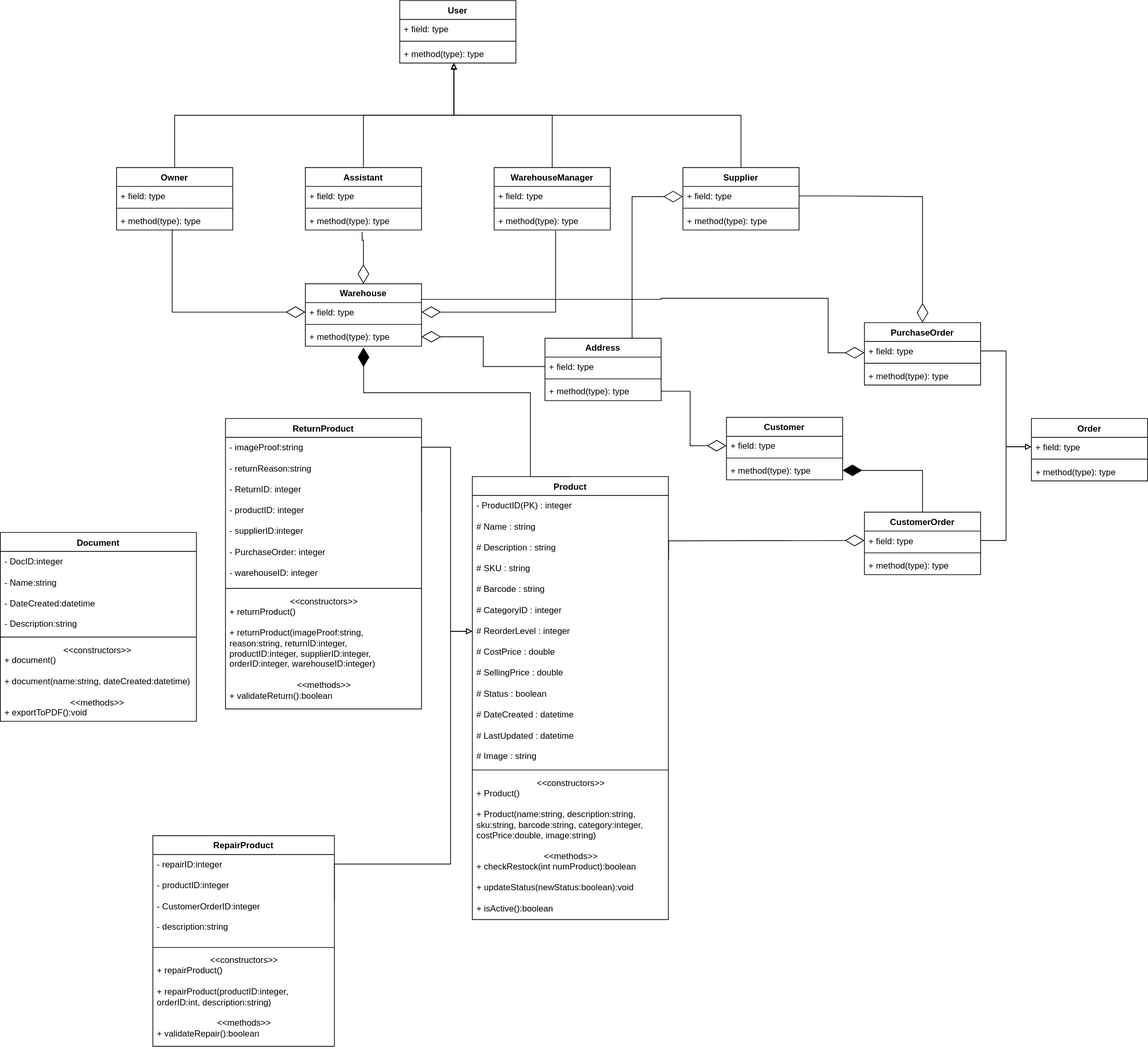
Earlier version of the draw.io export class diagram.svg (Simamkele88/IFM3_GP). Source tidied: cells renumbered, new cells last; positions are measured from the earlier drawing's top-left corner, leaving out a move shared by most shapes.
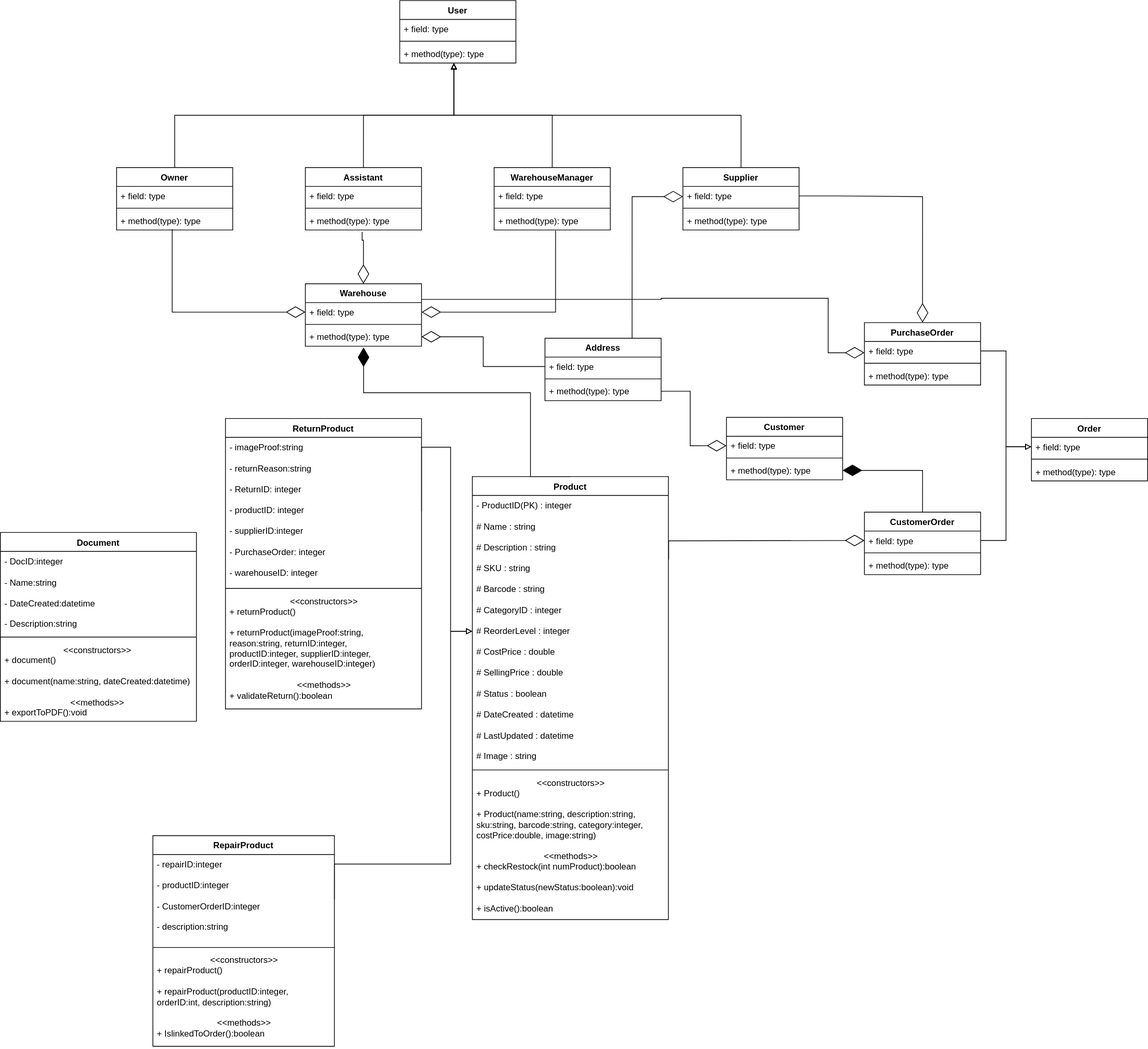
The same file after the commit.

Change to the diagram source:
```diff
@@ -111,7 +111,7 @@
     <mxCell id="34" style="line;strokeWidth=1;fillColor=none;align=left;verticalAlign=middle;spacingTop=-1;spacingLeft=3;spacingRight=3;labelPosition=right;strokeColor=inherit;" parent="32" vertex="1">
       <mxGeometry y="150" width="250" height="8" as="geometry" />
     </mxCell>
-    <mxCell id="35" value="&lt;div style=&quot;text-align: center;&quot;&gt;&lt;span style=&quot;background-color: transparent; color: light-dark(rgb(0, 0, 0), rgb(255, 255, 255));&quot;&gt;&amp;lt;&amp;lt;constructors&amp;gt;&amp;gt;&lt;/span&gt;&lt;/div&gt;&lt;div&gt;+ repairProduct()&lt;/div&gt;&lt;div&gt;&lt;br&gt;&lt;/div&gt;&lt;div&gt;+ repairProduct(productID:integer, orderID:int, description:string)&lt;/div&gt;&lt;div&gt;&lt;br&gt;&lt;/div&gt;&lt;div style=&quot;text-align: center;&quot;&gt;&amp;lt;&amp;lt;methods&amp;gt;&amp;gt;&lt;/div&gt;&lt;div&gt;+ validateRepair():boolean&lt;/div&gt;&lt;div&gt;&lt;br&gt;&lt;/div&gt;" style="text;strokeColor=none;fillColor=none;align=left;verticalAlign=top;spacingLeft=4;spacingRight=4;overflow=hidden;whiteSpace=wrap;html=1;" parent="32" vertex="1">
+    <mxCell id="35" value="&lt;div style=&quot;text-align: center;&quot;&gt;&lt;span style=&quot;background-color: transparent; color: light-dark(rgb(0, 0, 0), rgb(255, 255, 255));&quot;&gt;&amp;lt;&amp;lt;constructors&amp;gt;&amp;gt;&lt;/span&gt;&lt;/div&gt;&lt;div&gt;+ repairProduct()&lt;/div&gt;&lt;div&gt;&lt;br&gt;&lt;/div&gt;&lt;div&gt;+ repairProduct(productID:integer, orderID:int, description:string)&lt;/div&gt;&lt;div&gt;&lt;br&gt;&lt;/div&gt;&lt;div style=&quot;text-align: center;&quot;&gt;&amp;lt;&amp;lt;methods&amp;gt;&amp;gt;&lt;/div&gt;&lt;div&gt;+ IslinkedToOrder():boolean&lt;/div&gt;&lt;div&gt;&lt;br&gt;&lt;/div&gt;" style="text;strokeColor=none;fillColor=none;align=left;verticalAlign=top;spacingLeft=4;spacingRight=4;overflow=hidden;whiteSpace=wrap;html=1;" parent="32" vertex="1">
       <mxGeometry y="158" width="250" height="132" as="geometry" />
     </mxCell>
     <mxCell id="36" value="Product" style="swimlane;fontStyle=1;align=center;verticalAlign=top;horizontal=1;startSize=26;whiteSpace=wrap;html=1;" parent="1" vertex="1">
```
